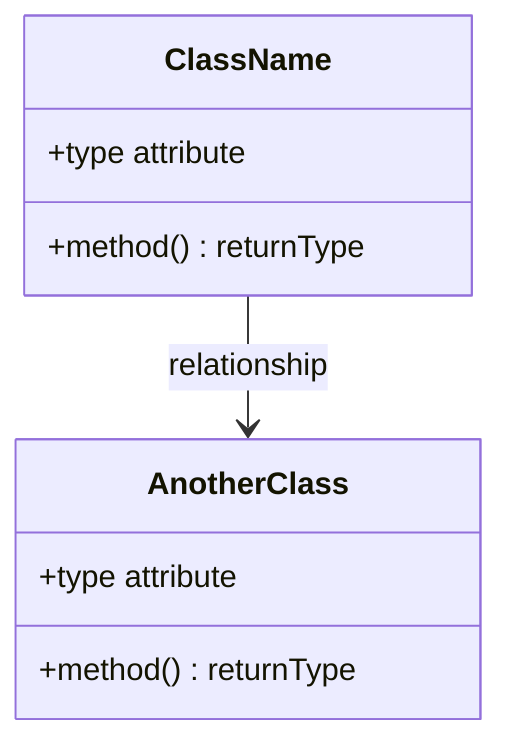
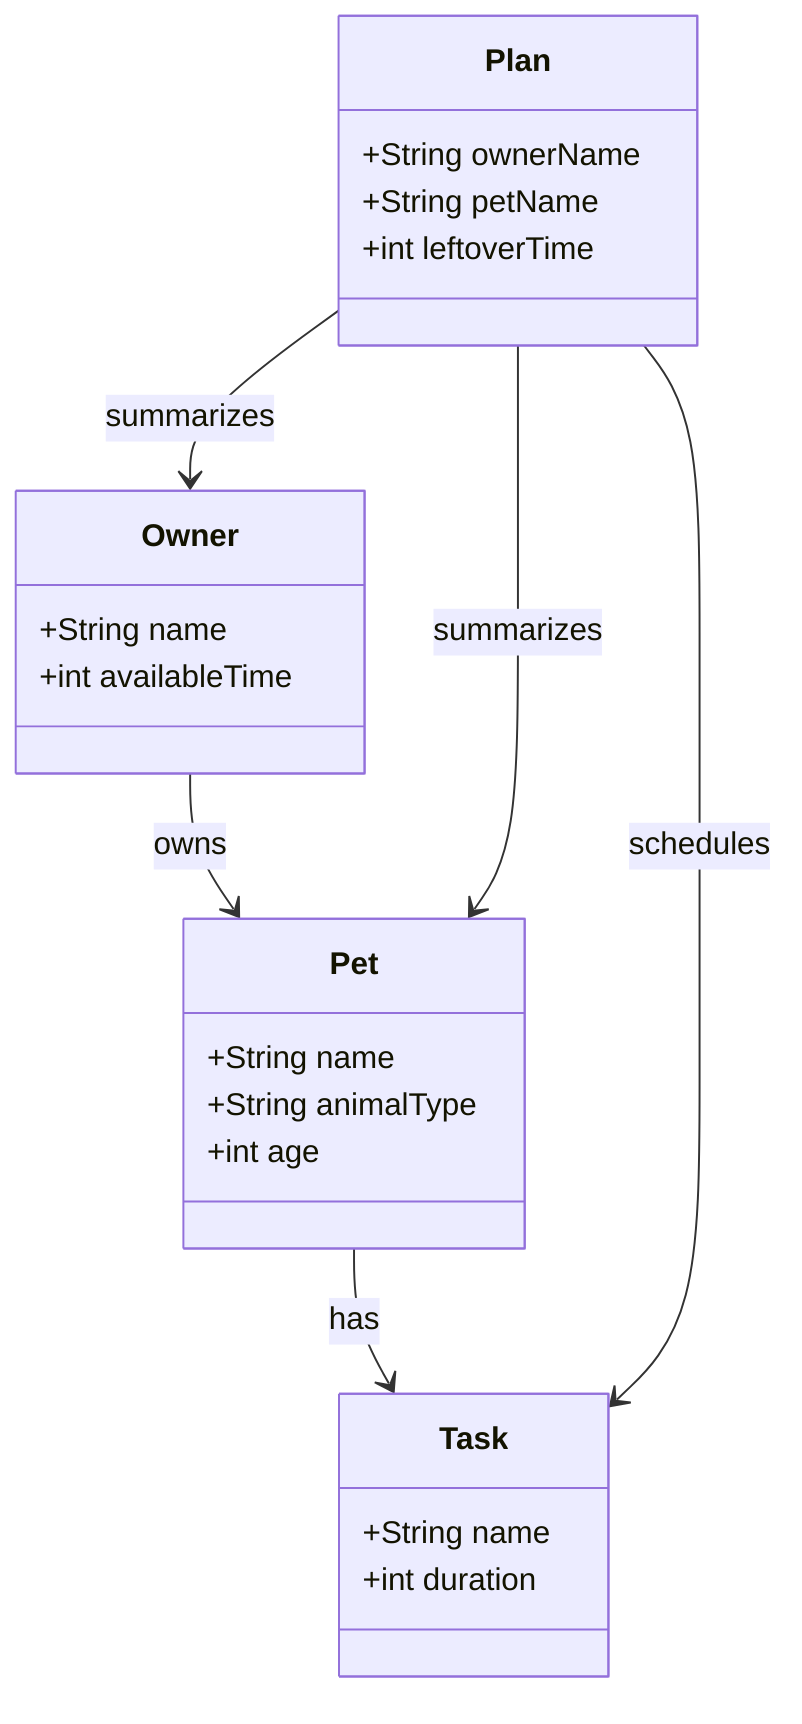
classDiagram
-     %% Replace the placeholders below with your actual classes, attributes, methods, and relationships.
-     %% Keep this file updated so it matches your final implementation.
+     %% PawPal+ class diagram

-     class ClassName {
-         +type attribute
-         +method() returnType
+     class Task {
+         +String name
+         +int duration
    }

-     class AnotherClass {
-         +type attribute
-         +method() returnType
+     class Pet {
+         +String name
+         +String animalType
+         +int age
    }

-     ClassName --> AnotherClass : relationship
+     class Owner {
+         +String name
+         +int availableTime
+     }
+ 
+     class Plan {
+         +String ownerName
+         +String petName
+         +int leftoverTime
+     }
+ 
+     Owner --> Pet : owns
+     Pet --> Task : has
+     Plan --> Owner : summarizes
+     Plan --> Pet : summarizes
+     Plan --> Task : schedules
